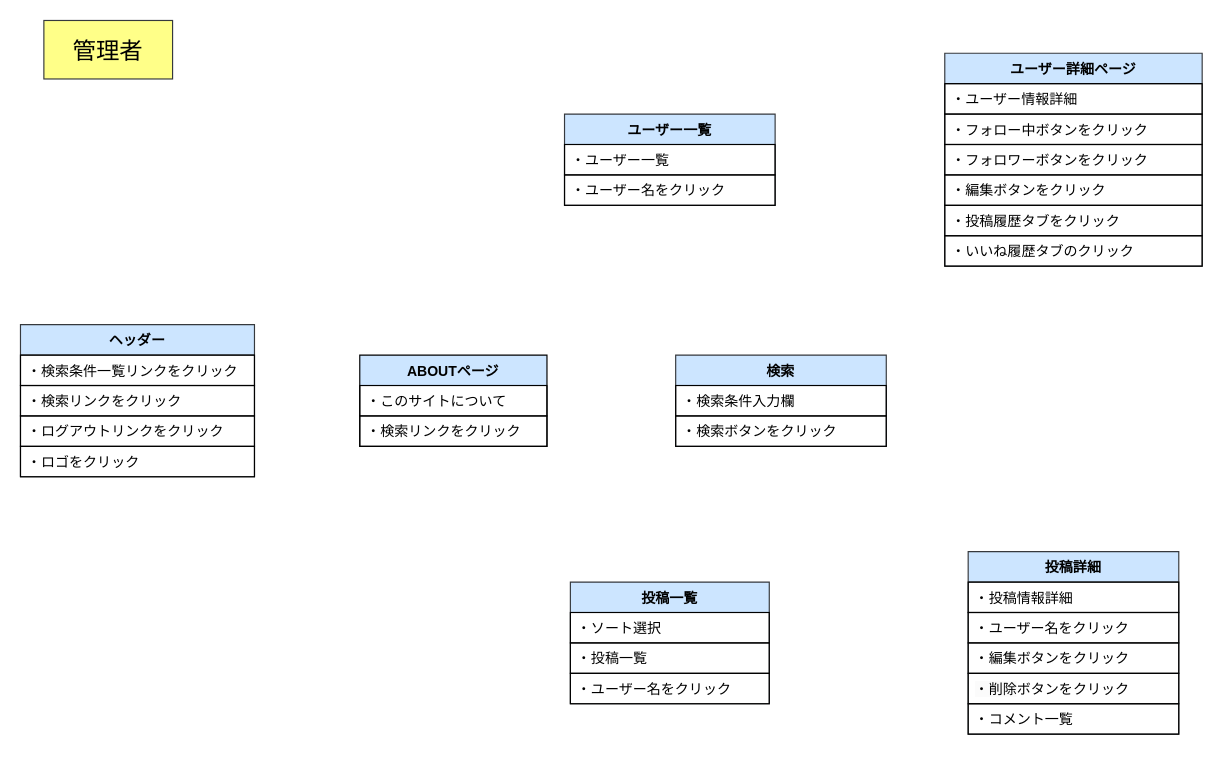
Earlier version of the draw.io diagram page "admin" (2 of 2) of ui_flows.drawio (JunkiYuasa/trip_planning). Source tidied: cells renumbered, new cells numbered last; positions are measured from the earlier drawing's top-left corner, leaving out a move shared by most shapes. Both pictures are drawn from the tidied source at 117%, with x=0, y=0 at pixel (20, 20).
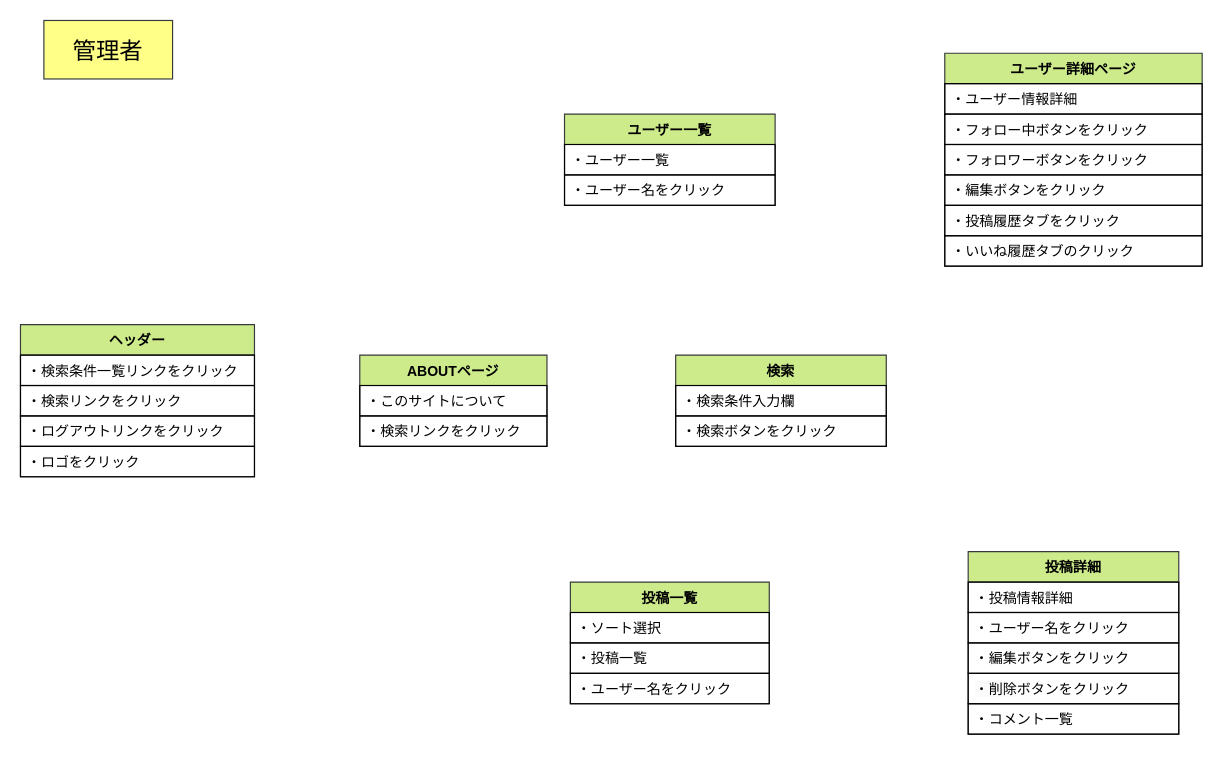
The same diagram, later.

Commit message (it also covers changes not shown here):
ui_flows.drawio を更新します

Change to the diagram source:
```diff
@@
-    <mxCell id="3" value="ヘッダー" style="swimlane;fontStyle=1;align=center;verticalAlign=top;horizontal=1;startSize=26;whiteSpace=wrap;html=1;strokeColor=#36393d;spacingLeft=4;spacingRight=4;fontFamily=Helvetica;fontSize=12;fillColor=#cce5ff;" parent="1" vertex="1">
+    <mxCell id="3" value="ヘッダー" style="swimlane;fontStyle=1;align=center;verticalAlign=top;horizontal=1;startSize=26;whiteSpace=wrap;html=1;strokeColor=#36393d;spacingLeft=4;spacingRight=4;fontFamily=Helvetica;fontSize=12;fillColor=#cdeb8b;" parent="1" vertex="1">
       <mxGeometry y="260" width="200" height="130" as="geometry" />
     </mxCell>
@@
-    <mxCell id="8" value="ABOUTページ" style="swimlane;fontStyle=1;align=center;verticalAlign=top;horizontal=1;startSize=26;whiteSpace=wrap;html=1;spacingLeft=4;spacingRight=4;fontFamily=Helvetica;fontSize=12;fillColor=#cce5ff;strokeColor=default;" parent="1" vertex="1">
+    <mxCell id="8" value="ABOUTページ" style="swimlane;fontStyle=1;align=center;verticalAlign=top;horizontal=1;startSize=26;whiteSpace=wrap;html=1;spacingLeft=4;spacingRight=4;fontFamily=Helvetica;fontSize=12;fillColor=#cdeb8b;strokeColor=#36393d;" parent="1" vertex="1">
       <mxGeometry x="290" y="286" width="160" height="78" as="geometry" />
     </mxCell>
@@
-    <mxCell id="11" value="投稿一覧" style="swimlane;fontStyle=1;align=center;verticalAlign=top;horizontal=1;startSize=26;whiteSpace=wrap;html=1;strokeColor=#36393d;spacingLeft=4;spacingRight=4;fontFamily=Helvetica;fontSize=12;fillColor=#cce5ff;" parent="1" vertex="1">
+    <mxCell id="11" value="投稿一覧" style="swimlane;fontStyle=1;align=center;verticalAlign=top;horizontal=1;startSize=26;whiteSpace=wrap;html=1;strokeColor=#36393d;spacingLeft=4;spacingRight=4;fontFamily=Helvetica;fontSize=12;fillColor=#cdeb8b;" parent="1" vertex="1">
       <mxGeometry x="470" y="480" width="170" height="104" as="geometry" />
     </mxCell>
@@
-    <mxCell id="15" value="投稿詳細" style="swimlane;fontStyle=1;align=center;verticalAlign=top;horizontal=1;startSize=26;whiteSpace=wrap;html=1;strokeColor=#36393d;spacingLeft=4;spacingRight=4;fontFamily=Helvetica;fontSize=12;fillColor=#cce5ff;" parent="1" vertex="1">
+    <mxCell id="15" value="投稿詳細" style="swimlane;fontStyle=1;align=center;verticalAlign=top;horizontal=1;startSize=26;whiteSpace=wrap;html=1;strokeColor=#36393d;spacingLeft=4;spacingRight=4;fontFamily=Helvetica;fontSize=12;fillColor=#cdeb8b;" parent="1" vertex="1">
       <mxGeometry x="810" y="454" width="180" height="156" as="geometry" />
     </mxCell>
@@
-    <mxCell id="21" value="ユーザー一覧" style="swimlane;fontStyle=1;align=center;verticalAlign=top;horizontal=1;startSize=26;whiteSpace=wrap;html=1;strokeColor=#36393d;spacingLeft=4;spacingRight=4;fontFamily=Helvetica;fontSize=12;fillColor=#cce5ff;" parent="1" vertex="1">
+    <mxCell id="21" value="ユーザー一覧" style="swimlane;fontStyle=1;align=center;verticalAlign=top;horizontal=1;startSize=26;whiteSpace=wrap;html=1;strokeColor=#36393d;spacingLeft=4;spacingRight=4;fontFamily=Helvetica;fontSize=12;fillColor=#cdeb8b;" parent="1" vertex="1">
       <mxGeometry x="465" y="80" width="180" height="78" as="geometry" />
     </mxCell>
@@
-    <mxCell id="24" value="ユーザー詳細ページ" style="swimlane;fontStyle=1;align=center;verticalAlign=top;horizontal=1;startSize=26;whiteSpace=wrap;html=1;strokeColor=#36393d;spacingLeft=4;spacingRight=4;fontFamily=Helvetica;fontSize=12;fillColor=#cce5ff;" parent="1" vertex="1">
+    <mxCell id="24" value="ユーザー詳細ページ" style="swimlane;fontStyle=1;align=center;verticalAlign=top;horizontal=1;startSize=26;whiteSpace=wrap;html=1;strokeColor=#36393d;spacingLeft=4;spacingRight=4;fontFamily=Helvetica;fontSize=12;fillColor=#cdeb8b;" parent="1" vertex="1">
       <mxGeometry x="790" y="28" width="220" height="182" as="geometry" />
     </mxCell>
@@
-    <mxCell id="31" value="検索" style="swimlane;fontStyle=1;align=center;verticalAlign=top;horizontal=1;startSize=26;whiteSpace=wrap;html=1;strokeColor=#36393d;spacingLeft=4;spacingRight=4;fontFamily=Helvetica;fontSize=12;fillColor=#cce5ff;" parent="1" vertex="1">
+    <mxCell id="31" value="検索" style="swimlane;fontStyle=1;align=center;verticalAlign=top;horizontal=1;startSize=26;whiteSpace=wrap;html=1;strokeColor=#36393d;spacingLeft=4;spacingRight=4;fontFamily=Helvetica;fontSize=12;fillColor=#cdeb8b;" parent="1" vertex="1">
       <mxGeometry x="560" y="286" width="180" height="78" as="geometry" />
     </mxCell>
```
